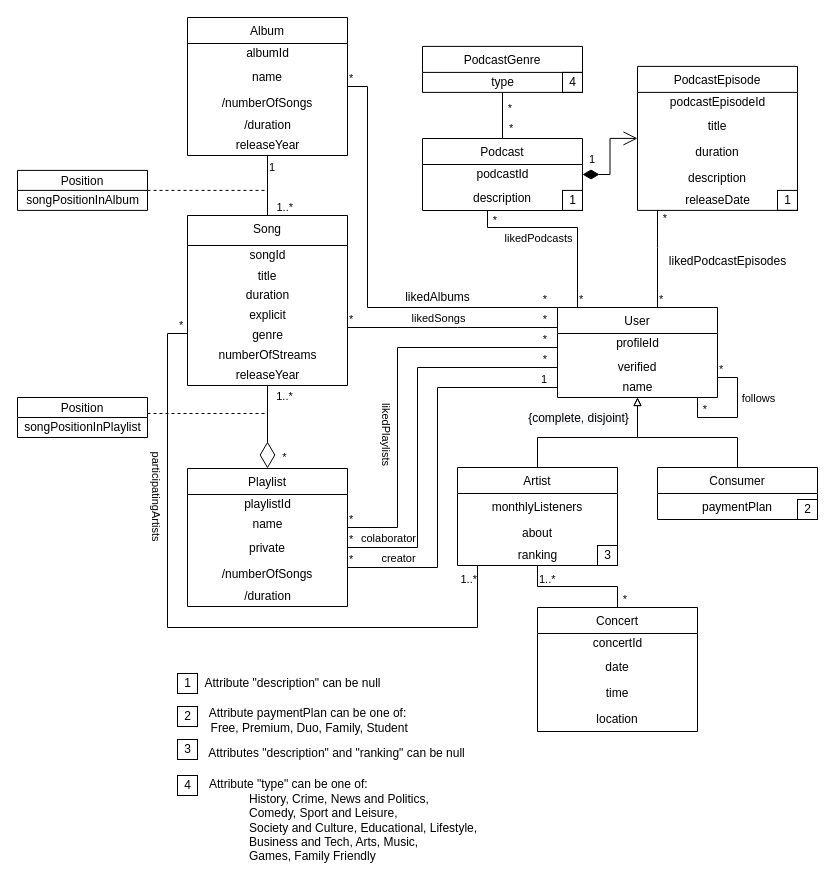
The draw.io diagram page "Page-2" (2 of 2) of Spotify-class-diag.drawio in Naapperas/feup-bd, before the edit. Source tidied: cells renumbered, new cells numbered last; positions are measured from the earlier drawing's top-left corner, leaving out a move shared by most shapes. Both pictures are drawn from the tidied source at 100%, with x=0, y=0 at pixel (17, 17).
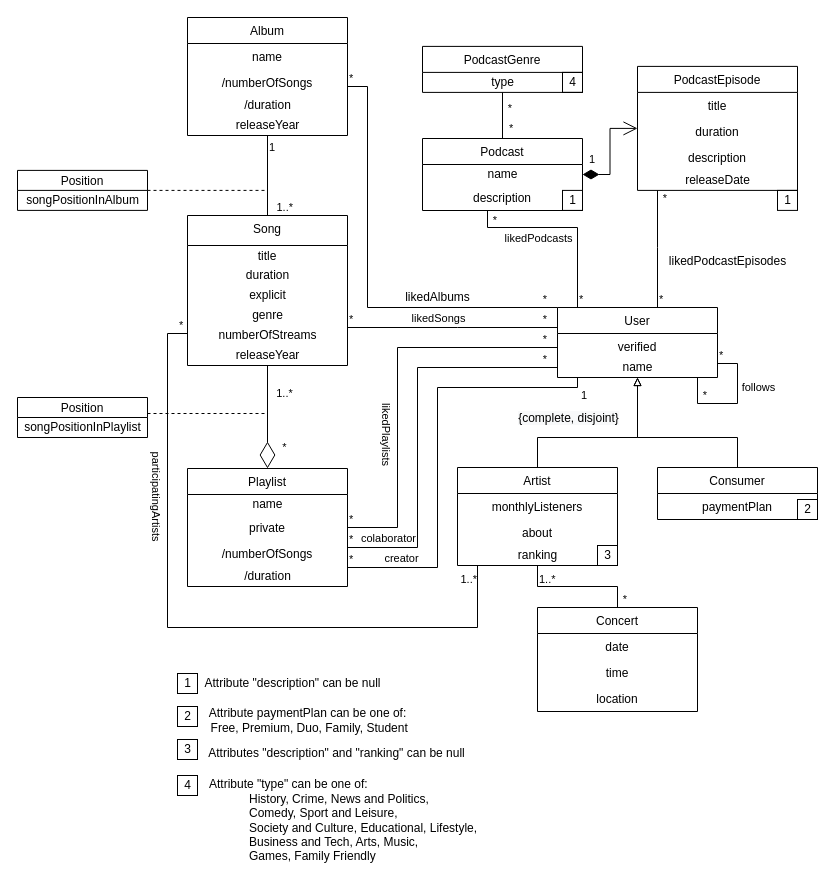
After the change.

Commit message:
Removed ids from classes

The change refers to these unchanged cells:
```xml
<mxCell id="40" value="Podcast" style="swimlane;fontStyle=0;horizontal=1;startSize=26;fillColor=none;align=center;" parent="1" vertex="1">
  <mxGeometry x="405" y="121" width="160" height="72" as="geometry" />
</mxCell>
```

Diff of the diagram source:
```diff
@@
     <mxCell id="2" value="Song" style="swimlane;fontStyle=0;align=center;verticalAlign=top;horizontal=1;startSize=30;rounded=0;shadow=0;strokeWidth=1;" parent="1" vertex="1">
-      <mxGeometry x="170" y="198" width="160" height="170" as="geometry" />
+      <mxGeometry x="170" y="198" width="160" height="150" as="geometry" />
     </mxCell>
-    <mxCell id="3" value="songId" style="text;html=1;align=center;verticalAlign=middle;strokeColor=none;fillColor=none;" parent="2" vertex="1">
-      <mxGeometry y="30" width="160" height="20" as="geometry" />
-    </mxCell>
     <mxCell id="4" value="title" style="text;align=center;verticalAlign=middle;spacingLeft=4;spacingRight=4;overflow=hidden;" parent="2" vertex="1">
-      <mxGeometry y="50" width="160" height="20" as="geometry" />
+      <mxGeometry y="30" width="160" height="20" as="geometry" />
     </mxCell>
     <mxCell id="5" value="duration" style="text;html=1;align=center;verticalAlign=middle;strokeColor=none;fillColor=none;" parent="2" vertex="1">
-      <mxGeometry y="70" width="160" height="20" as="geometry" />
+      <mxGeometry y="50" width="160" height="20" as="geometry" />
     </mxCell>
     <mxCell id="6" value="explicit" style="text;html=1;align=center;verticalAlign=middle;strokeColor=none;fillColor=none;" parent="2" vertex="1">
-      <mxGeometry y="90" width="160" height="20" as="geometry" />
+      <mxGeometry y="70" width="160" height="20" as="geometry" />
     </mxCell>
     <mxCell id="7" value="genre" style="text;html=1;align=center;verticalAlign=middle;strokeColor=none;fillColor=none;" parent="2" vertex="1">
-      <mxGeometry y="110" width="160" height="20" as="geometry" />
+      <mxGeometry y="90" width="160" height="20" as="geometry" />
     </mxCell>
     <mxCell id="8" value="numberOfStreams" style="text;html=1;align=center;verticalAlign=middle;strokeColor=none;fillColor=none;" parent="2" vertex="1">
-      <mxGeometry y="130" width="160" height="20" as="geometry" />
+      <mxGeometry y="110" width="160" height="20" as="geometry" />
     </mxCell>
     <mxCell id="9" value="releaseYear" style="text;html=1;align=center;verticalAlign=middle;strokeColor=none;fillColor=none;" parent="2" vertex="1">
-      <mxGeometry y="150" width="160" height="20" as="geometry" />
+      <mxGeometry y="130" width="160" height="20" as="geometry" />
     </mxCell>
     <mxCell id="10" value="Album" style="swimlane;fontStyle=0;horizontal=1;startSize=26;fillColor=none;align=center;" parent="1" vertex="1">
-      <mxGeometry x="170" width="160" height="138" as="geometry" />
+      <mxGeometry x="170" width="160" height="118" as="geometry" />
     </mxCell>
-    <mxCell id="11" value="albumId" style="text;html=1;align=center;verticalAlign=middle;strokeColor=none;fillColor=none;" parent="10" vertex="1">
-      <mxGeometry y="26" width="160" height="20" as="geometry" />
-    </mxCell>
     <mxCell id="12" value="name" style="text;strokeColor=none;fillColor=none;align=center;verticalAlign=top;spacingLeft=4;spacingRight=4;overflow=hidden;" parent="10" vertex="1">
-      <mxGeometry y="46" width="160" height="26" as="geometry" />
+      <mxGeometry y="26" width="160" height="26" as="geometry" />
     </mxCell>
     <mxCell id="13" value="/numberOfSongs" style="text;strokeColor=none;fillColor=none;align=center;verticalAlign=top;spacingLeft=4;spacingRight=4;overflow=hidden;" parent="10" vertex="1">
-      <mxGeometry y="72" width="160" height="26" as="geometry" />
+      <mxGeometry y="52" width="160" height="26" as="geometry" />
     </mxCell>
     <mxCell id="14" value="/duration" style="text;html=1;align=center;verticalAlign=middle;strokeColor=none;fillColor=none;" parent="10" vertex="1">
-      <mxGeometry y="98" width="160" height="20" as="geometry" />
+      <mxGeometry y="78" width="160" height="20" as="geometry" />
     </mxCell>
     <mxCell id="15" value="releaseYear" style="text;html=1;align=center;verticalAlign=middle;strokeColor=none;fillColor=none;" parent="10" vertex="1">
-      <mxGeometry y="118" width="160" height="20" as="geometry" />
+      <mxGeometry y="98" width="160" height="20" as="geometry" />
     </mxCell>
     <mxCell id="16" value="User" style="swimlane;fontStyle=0;horizontal=1;startSize=26;fillColor=none;align=center;" parent="1" vertex="1">
-      <mxGeometry x="540" y="290" width="160" height="90" as="geometry" />
+      <mxGeometry x="540" y="290" width="160" height="70" as="geometry" />
     </mxCell>
-    <mxCell id="17" value="profileId" style="text;html=1;align=center;verticalAlign=middle;strokeColor=none;fillColor=none;" parent="16" vertex="1">
-      <mxGeometry y="26" width="160" height="20" as="geometry" />
-    </mxCell>
     <mxCell id="18" value="verified" style="text;strokeColor=none;fillColor=none;align=center;verticalAlign=top;spacingLeft=4;spacingRight=4;overflow=hidden;" parent="16" vertex="1">
-      <mxGeometry y="46" width="160" height="24" as="geometry" />
+      <mxGeometry y="26" width="160" height="24" as="geometry" />
     </mxCell>
     <mxCell id="19" value="name" style="text;html=1;align=center;verticalAlign=middle;points=[];strokeColor=none;fillColor=none;" parent="16" vertex="1">
-      <mxGeometry y="70" width="160" height="20" as="geometry" />
+      <mxGeometry y="50" width="160" height="20" as="geometry" />
     </mxCell>
@@
     <mxCell id="29" value="Concert" style="swimlane;fontStyle=0;horizontal=1;startSize=26;fillColor=none;align=center;" parent="1" vertex="1">
-      <mxGeometry x="520" y="590" width="160" height="124" as="geometry" />
+      <mxGeometry x="520" y="590" width="160" height="104" as="geometry" />
     </mxCell>
-    <mxCell id="30" value="concertId" style="text;html=1;align=center;verticalAlign=middle;strokeColor=none;fillColor=none;" parent="29" vertex="1">
-      <mxGeometry y="26" width="160" height="20" as="geometry" />
-    </mxCell>
     <mxCell id="31" value="date" style="text;strokeColor=none;fillColor=none;align=center;verticalAlign=top;spacingLeft=4;spacingRight=4;overflow=hidden;" parent="29" vertex="1">
-      <mxGeometry y="46" width="160" height="26" as="geometry" />
+      <mxGeometry y="26" width="160" height="26" as="geometry" />
     </mxCell>
     <mxCell id="32" value="time" style="text;strokeColor=none;fillColor=none;align=center;verticalAlign=top;spacingLeft=4;spacingRight=4;overflow=hidden;" parent="29" vertex="1">
-      <mxGeometry y="72" width="160" height="26" as="geometry" />
+      <mxGeometry y="52" width="160" height="26" as="geometry" />
     </mxCell>
     <mxCell id="33" value="location" style="text;strokeColor=none;fillColor=none;align=center;verticalAlign=top;spacingLeft=4;spacingRight=4;overflow=hidden;" parent="29" vertex="1">
-      <mxGeometry y="98" width="160" height="26" as="geometry" />
+      <mxGeometry y="78" width="160" height="26" as="geometry" />
     </mxCell>
     <mxCell id="34" value="Playlist" style="swimlane;fontStyle=0;horizontal=1;startSize=26;fillColor=none;align=center;" parent="1" vertex="1">
-      <mxGeometry x="170" y="451" width="160" height="138" as="geometry" />
+      <mxGeometry x="170" y="451" width="160" height="118" as="geometry" />
     </mxCell>
-    <mxCell id="35" value="playlistId" style="text;html=1;align=center;verticalAlign=middle;strokeColor=none;fillColor=none;" parent="34" vertex="1">
-      <mxGeometry y="26" width="160" height="20" as="geometry" />
-    </mxCell>
     <mxCell id="36" value="name" style="text;html=1;align=center;verticalAlign=middle;strokeColor=none;fillColor=none;" parent="34" vertex="1">
-      <mxGeometry y="46" width="160" height="20" as="geometry" />
+      <mxGeometry y="26" width="160" height="20" as="geometry" />
     </mxCell>
     <mxCell id="37" value="private" style="text;strokeColor=none;fillColor=none;align=center;verticalAlign=top;spacingLeft=4;spacingRight=4;overflow=hidden;" parent="34" vertex="1">
-      <mxGeometry y="66" width="160" height="26" as="geometry" />
+      <mxGeometry y="46" width="160" height="26" as="geometry" />
     </mxCell>
     <mxCell id="38" value="/numberOfSongs" style="text;strokeColor=none;fillColor=none;align=center;verticalAlign=top;spacingLeft=4;spacingRight=4;overflow=hidden;" parent="34" vertex="1">
-      <mxGeometry y="92" width="160" height="26" as="geometry" />
+      <mxGeometry y="72" width="160" height="26" as="geometry" />
     </mxCell>
     <mxCell id="39" value="/duration" style="text;html=1;align=center;verticalAlign=middle;strokeColor=none;fillColor=none;" parent="34" vertex="1">
-      <mxGeometry y="118" width="160" height="20" as="geometry" />
+      <mxGeometry y="98" width="160" height="20" as="geometry" />
     </mxCell>
@@
-    <mxCell id="41" value="podcastId" style="text;html=1;align=center;verticalAlign=middle;strokeColor=none;fillColor=none;" parent="40" vertex="1">
+    <mxCell id="41" value="name" style="text;html=1;align=center;verticalAlign=middle;strokeColor=none;fillColor=none;" parent="40" vertex="1">
       <mxGeometry y="26" width="160" height="20" as="geometry" />
     </mxCell>
@@
     <mxCell id="45" value="PodcastEpisode" style="swimlane;fontStyle=0;horizontal=1;startSize=26;fillColor=none;align=center;" parent="1" vertex="1">
-      <mxGeometry x="620" y="48.9" width="160" height="144" as="geometry" />
+      <mxGeometry x="620" y="48.9" width="160" height="124" as="geometry" />
     </mxCell>
-    <mxCell id="46" value="podcastEpisodeId" style="text;html=1;align=center;verticalAlign=middle;strokeColor=none;fillColor=none;" parent="45" vertex="1">
-      <mxGeometry y="26" width="160" height="20" as="geometry" />
-    </mxCell>
     <mxCell id="47" value="title" style="text;strokeColor=none;fillColor=none;align=center;verticalAlign=top;spacingLeft=4;spacingRight=4;overflow=hidden;" parent="45" vertex="1">
-      <mxGeometry y="46" width="160" height="26" as="geometry" />
+      <mxGeometry y="26" width="160" height="26" as="geometry" />
     </mxCell>
     <mxCell id="48" value="duration" style="text;strokeColor=none;fillColor=none;align=center;verticalAlign=top;spacingLeft=4;spacingRight=4;overflow=hidden;" parent="45" vertex="1">
-      <mxGeometry y="72" width="160" height="26" as="geometry" />
+      <mxGeometry y="52" width="160" height="26" as="geometry" />
     </mxCell>
     <mxCell id="49" value="description" style="text;strokeColor=none;fillColor=none;align=center;verticalAlign=top;spacingLeft=4;spacingRight=4;overflow=hidden;" parent="45" vertex="1">
-      <mxGeometry y="98" width="160" height="26" as="geometry" />
+      <mxGeometry y="78" width="160" height="26" as="geometry" />
     </mxCell>
     <mxCell id="50" value="releaseDate" style="text;html=1;align=center;verticalAlign=middle;strokeColor=none;fillColor=none;" parent="45" vertex="1">
-      <mxGeometry y="124" width="160" height="20" as="geometry" />
+      <mxGeometry y="104" width="160" height="20" as="geometry" />
     </mxCell>
@@
     <mxCell id="73" style="endArrow=none;html=1;edgeStyle=orthogonalEdgeStyle;rounded=0;" parent="1" edge="1" source="16" target="16">
       <mxGeometry relative="1" as="geometry">
         <Array as="points">
-          <mxPoint x="680" y="400" />
-          <mxPoint x="720" y="400" />
-          <mxPoint x="720" y="360" />
+          <mxPoint x="680" y="386" />
+          <mxPoint x="720" y="386" />
+          <mxPoint x="720" y="346" />
         </Array>
       </mxGeometry>
     </mxCell>
     <mxCell id="74" value="*" style="edgeLabel;html=1;align=left;verticalAlign=bottom;strokeColor=default;" parent="73" vertex="1">
       <mxGeometry x="-1" relative="1" as="geometry">
-        <mxPoint x="20" y="-20" as="offset" />
+        <mxPoint x="20" y="-14" as="offset" />
       </mxGeometry>
     </mxCell>
@@
     <mxCell id="80" style="endArrow=none;html=1;edgeStyle=orthogonalEdgeStyle;rounded=0;" parent="1" edge="1" source="34" target="16">
       <mxGeometry relative="1" as="geometry">
         <Array as="points">
           <mxPoint x="420" y="550" />
           <mxPoint x="420" y="370" />
+          <mxPoint x="560" y="370" />
         </Array>
       </mxGeometry>
     </mxCell>
@@
     <mxCell id="82" value="1" style="edgeLabel;html=1;align=right;verticalAlign=bottom;strokeColor=default;" parent="80" vertex="1">
       <mxGeometry x="1" relative="1" as="geometry">
-        <mxPoint x="-10" as="offset" />
+        <mxPoint x="10" y="26" as="offset" />
       </mxGeometry>
     </mxCell>
```
